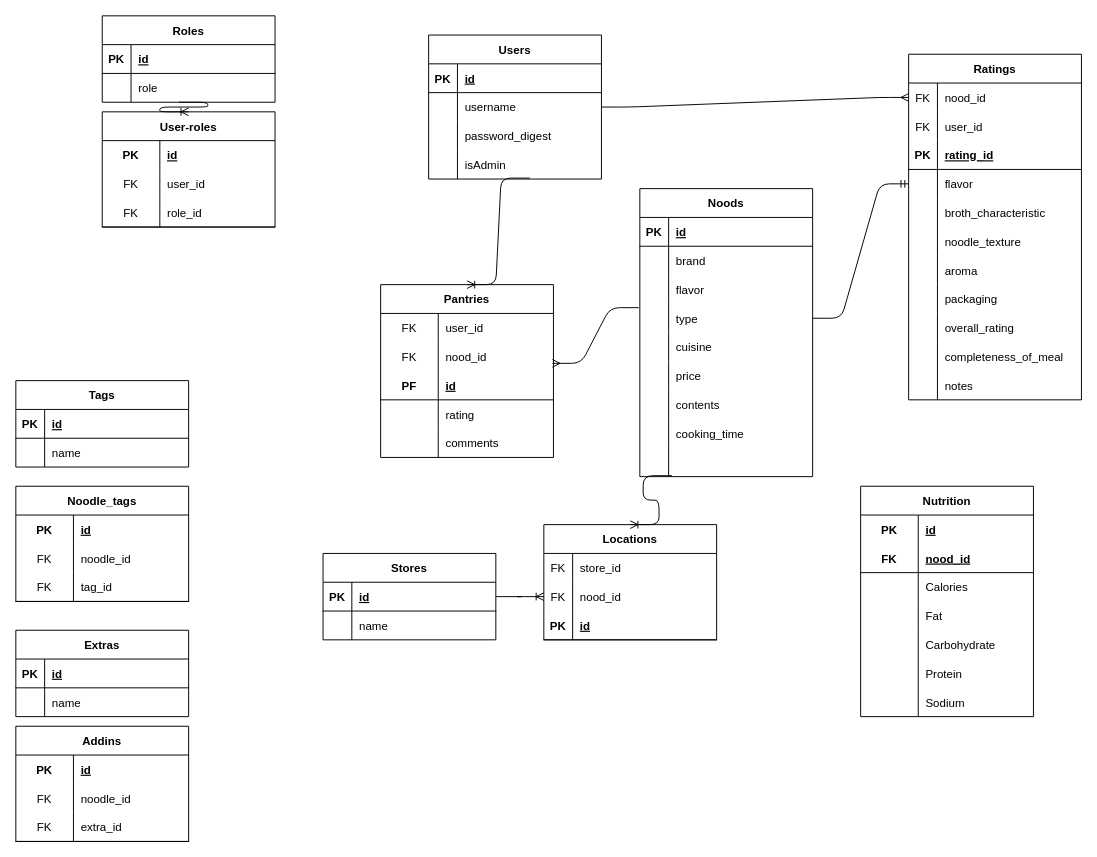
Earlier version of the draw.io diagram ERD.drawio (LorenaCueva/TastyNoods). Source tidied: cells renumbered, new cells numbered last; positions are measured from the earlier drawing's top-left corner, leaving out a move shared by most shapes. Both pictures are drawn from the tidied source at 96%, with x=0, y=0 at pixel (15, 15).
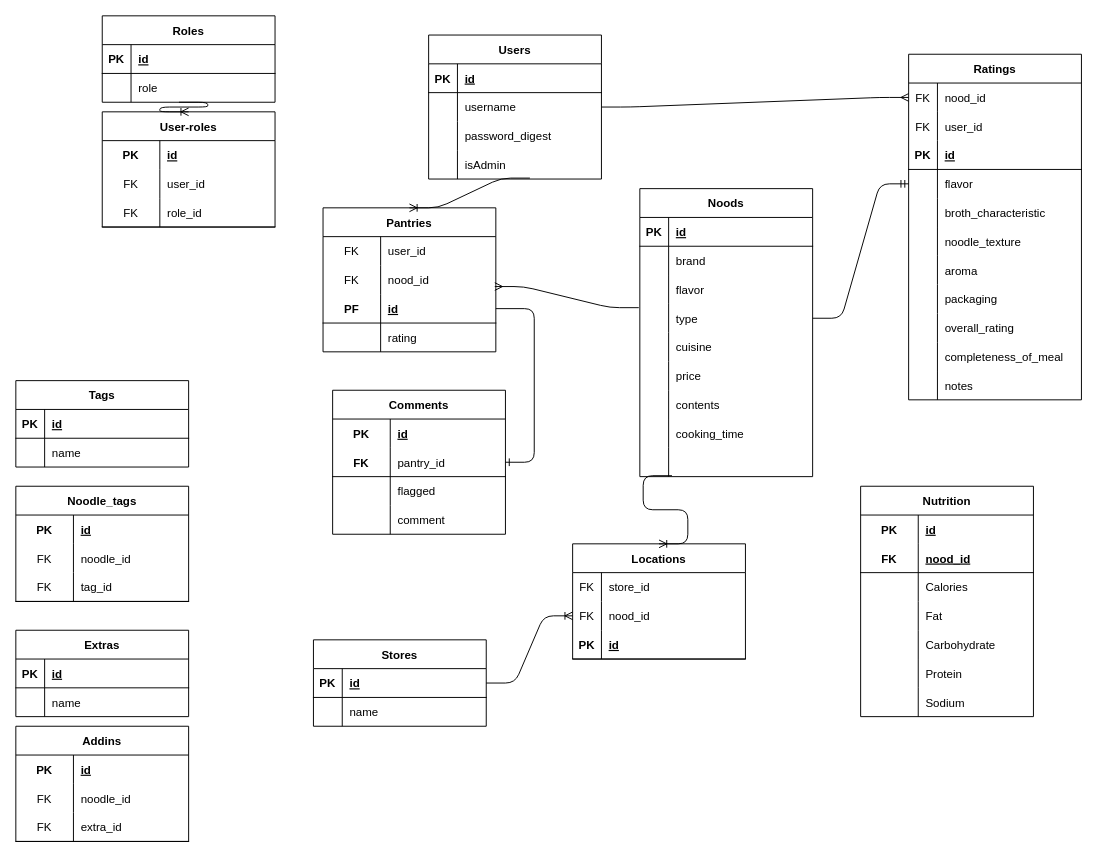
The same page after the edit.

The change refers to these unchanged cells:
```xml
<mxCell id="50" style="shape=tableRow;horizontal=0;startSize=0;swimlaneHead=0;swimlaneBody=0;fillColor=none;top=0;left=0;right=0;bottom=1;" parent="43" vertex="1">
  <mxGeometry y="90" width="180" height="30" as="geometry" />
</mxCell>
<mxCell id="101" style="shape=tableRow;horizontal=0;startSize=0;swimlaneHead=0;swimlaneBody=0;fillColor=none;points=[[0,0.5],[1,0.5]];portConstraint=eastwest;top=0;left=0;right=0;bottom=1;" parent="94" vertex="1">
  <mxGeometry y="90" width="180" height="30" as="geometry" />
</mxCell>
```

Diff of the diagram source:
```diff
@@
-    <mxCell id="52" value="rating_id" style="shape=partialRectangle;fillColor=none;top=0;left=0;bottom=0;right=0;align=left;spacingLeft=6;fontStyle=5;overflow=hidden;" parent="50" vertex="1">
+    <mxCell id="52" value="id" style="shape=partialRectangle;fillColor=none;top=0;left=0;bottom=0;right=0;align=left;spacingLeft=6;fontStyle=5;overflow=hidden;" parent="50" vertex="1">
       <mxGeometry x="30" width="150" height="30" as="geometry" />
     </mxCell>
@@
     <mxCell id="77" value="Stores" style="shape=table;startSize=30;childLayout=tableLayout;rowLines=0;fontStyle=1;align=center;" parent="1" vertex="1">
-      <mxGeometry x="320" y="560" width="180" height="90" as="geometry" />
+      <mxGeometry x="310" y="650" width="180" height="90" as="geometry" />
     </mxCell>
@@
     <mxCell id="84" value="Locations" style="shape=table;startSize=30;childLayout=tableLayout;rowLines=0;fontStyle=1;align=center;" parent="1" vertex="1">
-      <mxGeometry x="550" y="530" width="180" height="120" as="geometry" />
+      <mxGeometry x="580" y="550" width="180" height="120" as="geometry" />
     </mxCell>
@@
     <mxCell id="94" value="Pantries" style="shape=table;startSize=30;childLayout=tableLayout;rowLines=0;fontStyle=1;align=center;" parent="1" vertex="1">
-      <mxGeometry x="380" y="280" width="180" height="180" as="geometry" />
+      <mxGeometry x="320" y="200" width="180" height="150" as="geometry" />
     </mxCell>
@@
-    <mxCell id="107" style="shape=tableRow;horizontal=0;startSize=0;swimlaneHead=0;swimlaneBody=0;fillColor=none;top=0;left=0;right=0;bottom=0;" parent="94" vertex="1">
-      <mxGeometry y="150" width="180" height="30" as="geometry" />
-    </mxCell>
-    <mxCell id="108" style="shape=partialRectangle;fillColor=none;top=0;left=0;bottom=0;right=0;overflow=hidden;" parent="107" vertex="1">
-      <mxGeometry width="60" height="30" as="geometry" />
-    </mxCell>
-    <mxCell id="109" value="comments" style="shape=partialRectangle;fillColor=none;top=0;left=0;bottom=0;right=0;align=left;spacingLeft=6;overflow=hidden;" parent="107" vertex="1">
-      <mxGeometry x="60" width="120" height="30" as="geometry" />
-    </mxCell>
@@
+    <mxCell id="192" value="Comments" style="shape=table;startSize=30;childLayout=tableLayout;rowLines=0;fontStyle=1;align=center;" parent="1" vertex="1">
+      <mxGeometry x="330" y="390" width="180" height="150" as="geometry" />
+    </mxCell>
+    <mxCell id="193" style="shape=tableRow;horizontal=0;startSize=0;swimlaneHead=0;swimlaneBody=0;fillColor=none;top=0;left=0;right=0;bottom=0;" parent="192" vertex="1">
+      <mxGeometry y="30" width="180" height="30" as="geometry" />
+    </mxCell>
+    <mxCell id="194" value="PK" style="shape=partialRectangle;fillColor=none;top=0;left=0;bottom=0;right=0;fontStyle=1;overflow=hidden;" parent="193" vertex="1">
+      <mxGeometry width="60" height="30" as="geometry" />
+    </mxCell>
+    <mxCell id="195" value="id" style="shape=partialRectangle;fillColor=none;top=0;left=0;bottom=0;right=0;align=left;spacingLeft=6;fontStyle=5;overflow=hidden;" parent="193" vertex="1">
+      <mxGeometry x="60" width="120" height="30" as="geometry" />
+    </mxCell>
+    <mxCell id="196" style="shape=tableRow;horizontal=0;startSize=0;swimlaneHead=0;swimlaneBody=0;fillColor=none;top=0;left=0;right=0;bottom=1;" parent="192" vertex="1">
+      <mxGeometry y="60" width="180" height="30" as="geometry" />
+    </mxCell>
+    <mxCell id="197" value="FK" style="shape=partialRectangle;fillColor=none;top=0;left=0;bottom=0;right=0;fontStyle=1;overflow=hidden;" parent="196" vertex="1">
+      <mxGeometry width="60" height="30" as="geometry" />
+    </mxCell>
+    <mxCell id="198" value="pantry_id" style="shape=partialRectangle;fillColor=none;top=0;left=0;bottom=0;right=0;align=left;spacingLeft=6;fontStyle=0;overflow=hidden;" parent="196" vertex="1">
+      <mxGeometry x="60" width="120" height="30" as="geometry" />
+    </mxCell>
+    <mxCell id="199" style="shape=tableRow;horizontal=0;startSize=0;swimlaneHead=0;swimlaneBody=0;fillColor=none;top=0;left=0;right=0;bottom=0;" parent="192" vertex="1">
+      <mxGeometry y="90" width="180" height="30" as="geometry" />
+    </mxCell>
+    <mxCell id="200" style="shape=partialRectangle;fillColor=none;top=0;left=0;bottom=0;right=0;overflow=hidden;" parent="199" vertex="1">
+      <mxGeometry width="60" height="30" as="geometry" />
+    </mxCell>
+    <mxCell id="201" value="flagged" style="shape=partialRectangle;fillColor=none;top=0;left=0;bottom=0;right=0;align=left;spacingLeft=6;overflow=hidden;" parent="199" vertex="1">
+      <mxGeometry x="60" width="120" height="30" as="geometry" />
+    </mxCell>
+    <mxCell id="202" style="shape=tableRow;horizontal=0;startSize=0;swimlaneHead=0;swimlaneBody=0;fillColor=none;top=0;left=0;right=0;bottom=0;" parent="192" vertex="1">
+      <mxGeometry y="120" width="180" height="30" as="geometry" />
+    </mxCell>
+    <mxCell id="203" style="shape=partialRectangle;fillColor=none;top=0;left=0;bottom=0;right=0;overflow=hidden;" parent="202" vertex="1">
+      <mxGeometry width="60" height="30" as="geometry" />
+    </mxCell>
+    <mxCell id="204" value="comment" style="shape=partialRectangle;fillColor=none;top=0;left=0;bottom=0;right=0;align=left;spacingLeft=6;overflow=hidden;" parent="202" vertex="1">
+      <mxGeometry x="60" width="120" height="30" as="geometry" />
+    </mxCell>
+    <mxCell id="205" style="edgeStyle=entityRelationEdgeStyle;fontSize=12;html=1;endArrow=ERone;endFill=1;" parent="1" edge="1" source="101" target="192">
+      <mxGeometry relative="1" as="geometry" />
+    </mxCell>
```
